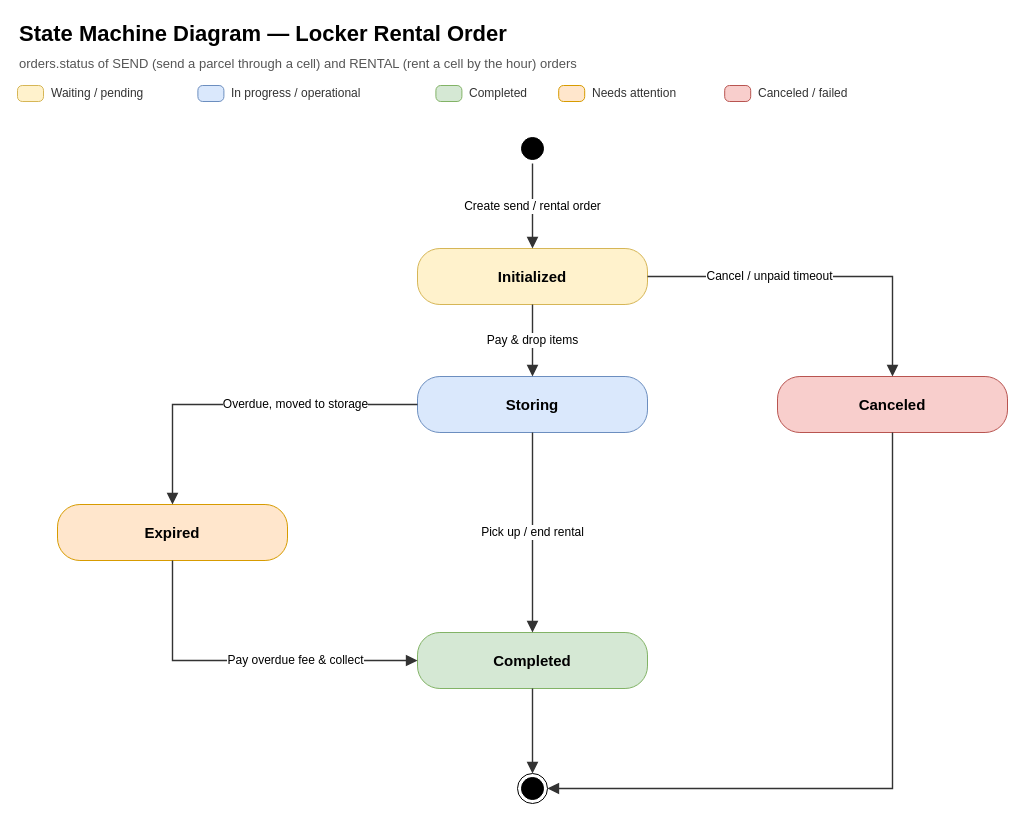
Above: rp3/srs-assets/drawio/06a-state-machine-locker-rental-order.drawio in LockR-Tech/docs (draw.io), before the change. Source tidied: cells renumbered, new cells numbered last; positions are measured from the earlier drawing's top-left corner, leaving out a move shared by most shapes. Both pictures are drawn from the tidied source at 100%, with x=0, y=0 at pixel (17, 17).
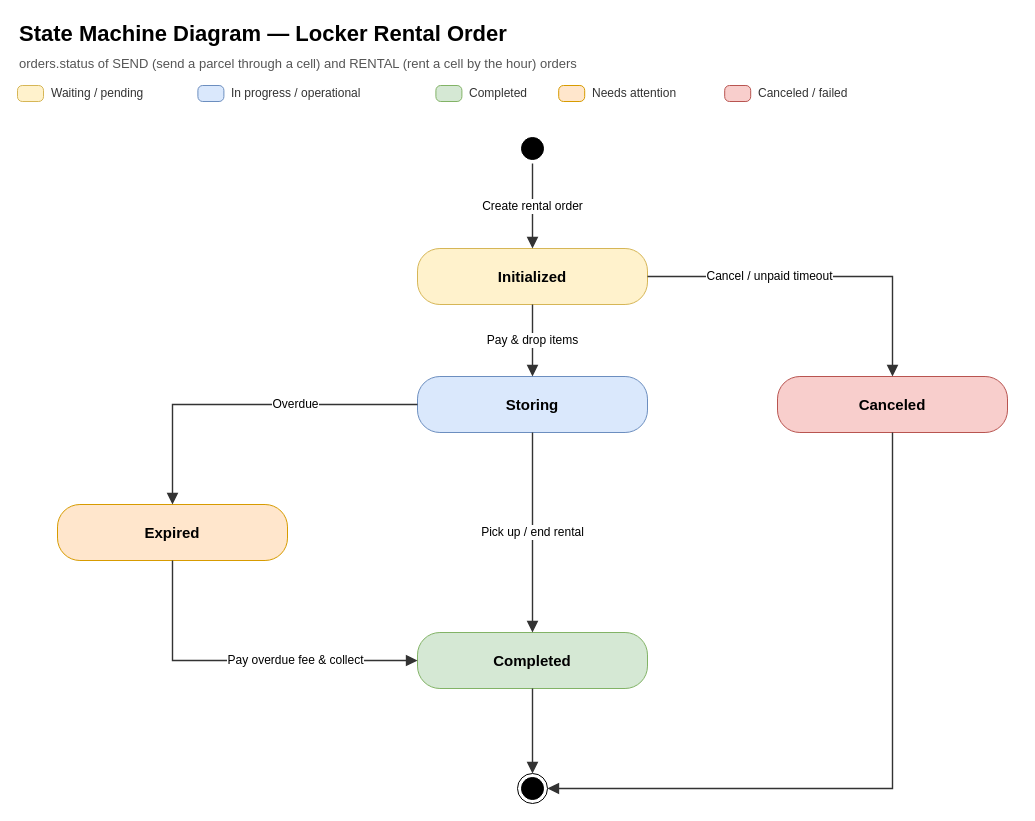
After the change.

The change refers to these unchanged cells:
```xml
<mxCell id="14" style="ellipse;html=1;shape=startState;fillColor=#000000;strokeColor=#000000;" parent="1" vertex="1">
  <mxGeometry x="500" y="116" width="30" height="30" as="geometry" />
</mxCell>
<mxCell id="15" value="Initialized" style="rounded=1;whiteSpace=wrap;html=1;arcSize=40;fillColor=#FFF2CC;strokeColor=#D6B656;fontColor=#000000;fontSize=15;fontStyle=1;" parent="1" vertex="1">
  <mxGeometry x="400" y="231" width="230" height="56" as="geometry" />
</mxCell>
<mxCell id="16" value="Storing" style="rounded=1;whiteSpace=wrap;html=1;arcSize=40;fillColor=#DAE8FC;strokeColor=#6C8EBF;fontColor=#000000;fontSize=15;fontStyle=1;" parent="1" vertex="1">
  <mxGeometry x="400" y="359" width="230" height="56" as="geometry" />
</mxCell>
<mxCell id="18" value="Expired" style="rounded=1;whiteSpace=wrap;html=1;arcSize=40;fillColor=#FFE6CC;strokeColor=#D79B00;fontColor=#000000;fontSize=15;fontStyle=1;" parent="1" vertex="1">
  <mxGeometry x="40" y="487" width="230" height="56" as="geometry" />
</mxCell>
```

What changed in the source:
```diff
@@
-    <mxCell id="21" value="Create send / rental order" style="edgeStyle=none;rounded=0;html=1;strokeColor=#333333;strokeWidth=1.4;endArrow=block;endFill=1;endSize=8;fontSize=12;fontColor=#000000;labelBackgroundColor=#FFFFFF;" parent="1" edge="1" source="14" target="15">
+    <mxCell id="21" value="Create rental order" style="edgeStyle=none;rounded=0;html=1;strokeColor=#333333;strokeWidth=1.4;endArrow=block;endFill=1;endSize=8;fontSize=12;fontColor=#000000;labelBackgroundColor=#FFFFFF;" parent="1" edge="1" source="14" target="15">
       <mxGeometry relative="1" as="geometry" />
     </mxCell>
@@
-    <mxCell id="25" value="Overdue, moved to storage" style="edgeStyle=none;rounded=0;html=1;strokeColor=#333333;strokeWidth=1.4;endArrow=block;endFill=1;endSize=8;fontSize=12;fontColor=#000000;labelBackgroundColor=#FFFFFF;" parent="1" edge="1" source="16" target="18">
+    <mxCell id="25" value="Overdue" style="edgeStyle=none;rounded=0;html=1;strokeColor=#333333;strokeWidth=1.4;endArrow=block;endFill=1;endSize=8;fontSize=12;fontColor=#000000;labelBackgroundColor=#FFFFFF;" parent="1" edge="1" source="16" target="18">
       <mxGeometry x="-0.29" relative="1" as="geometry">
         <Array as="points">
           <mxPoint x="155" y="387" />
         </Array>
       </mxGeometry>
     </mxCell>
```
